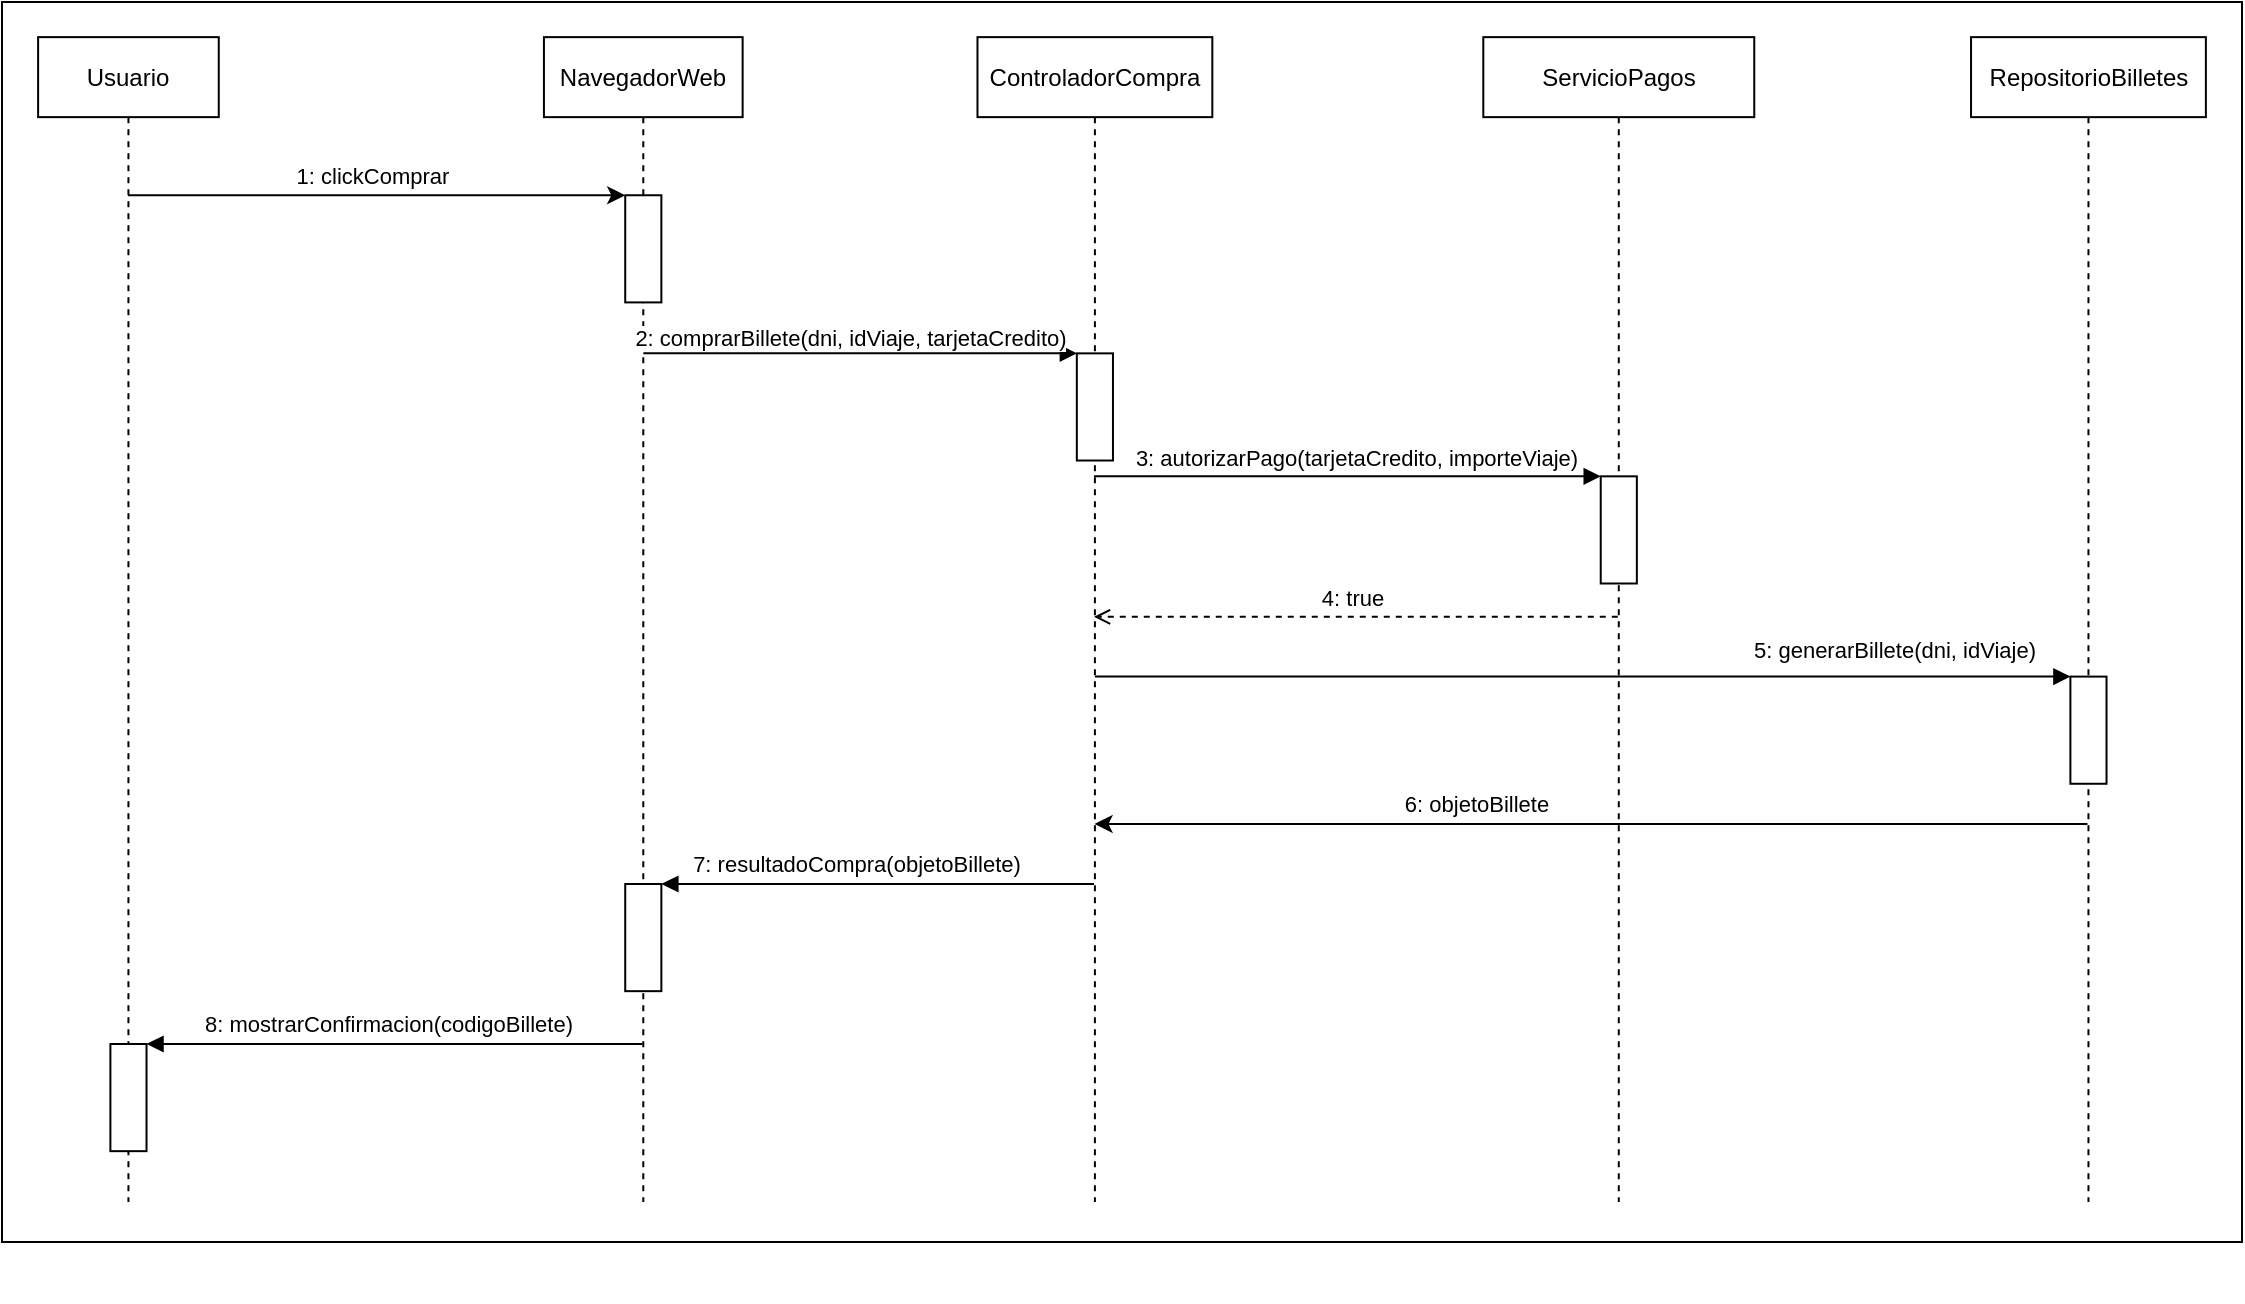
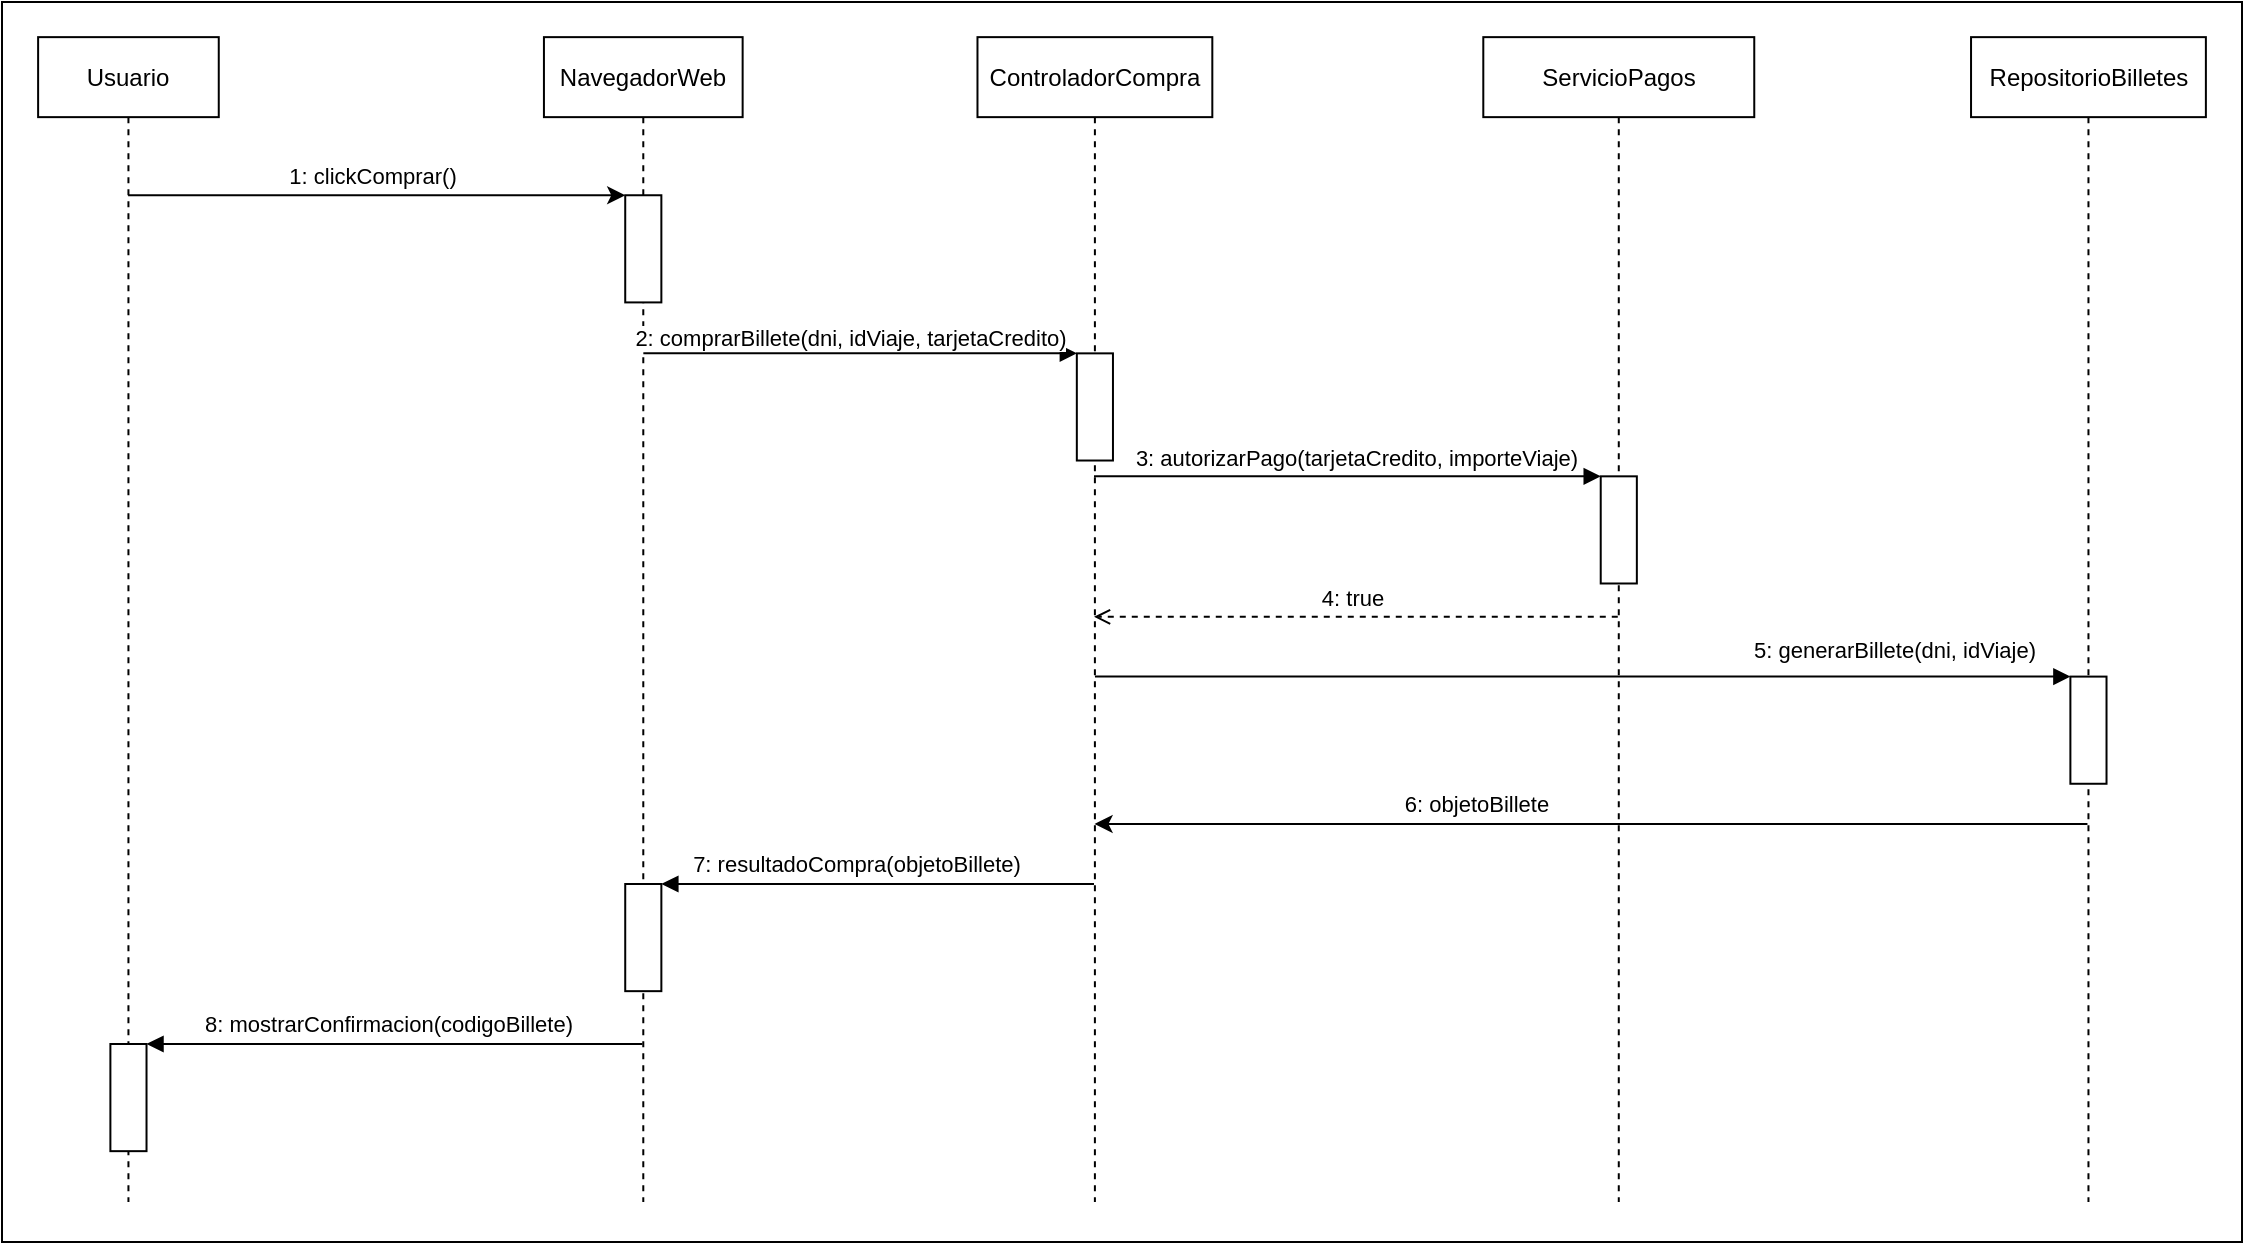
<mxfile host="65bd71144e">
    <diagram id="GxI1QUWFUbAurARy1tWG" name="Page-1">
-         <mxGraphModel dx="-38" dy="1124" grid="1" gridSize="10" guides="1" tooltips="1" connect="1" arrows="1" fold="1" page="1" pageScale="1" pageWidth="1169" pageHeight="827" math="0" shadow="0">
+         <mxGraphModel dx="-50" dy="926" grid="1" gridSize="10" guides="1" tooltips="1" connect="1" arrows="1" fold="1" page="1" pageScale="1" pageWidth="1169" pageHeight="827" math="0" shadow="0">
            <root>
                <mxCell id="0"/>
                <mxCell id="1" parent="0"/>
-                 <mxCell id="105" value="" style="group" vertex="1" connectable="0" parent="1">
-                     <mxGeometry x="1194" y="89" width="1120" height="650" as="geometry"/>
+                 <mxCell id="73" value="" style="html=1;whiteSpace=wrap;" parent="1" vertex="1">
+                     <mxGeometry x="1194" y="89" width="1120" height="620" as="geometry"/>
                </mxCell>
-                 <mxCell id="73" value="" style="html=1;whiteSpace=wrap;" vertex="1" parent="105">
-                     <mxGeometry width="1120" height="620" as="geometry"/>
+                 <mxCell id="74" value="Usuario" style="shape=umlLifeline;perimeter=lifelinePerimeter;whiteSpace=wrap;html=1;container=1;dropTarget=0;collapsible=0;recursiveResize=0;outlineConnect=0;portConstraint=eastwest;newEdgeStyle={&quot;curved&quot;:0,&quot;rounded&quot;:0};" parent="1" vertex="1">
+                     <mxGeometry x="1212.06" y="106.57" width="90.32" height="582.43" as="geometry"/>
                </mxCell>
-                 <mxCell id="74" value="Usuario" style="shape=umlLifeline;perimeter=lifelinePerimeter;whiteSpace=wrap;html=1;container=1;dropTarget=0;collapsible=0;recursiveResize=0;outlineConnect=0;portConstraint=eastwest;newEdgeStyle={&quot;curved&quot;:0,&quot;rounded&quot;:0};" vertex="1" parent="105">
-                     <mxGeometry x="18.06" y="17.57" width="90.32" height="582.43" as="geometry"/>
+                 <mxCell id="75" value="NavegadorWeb" style="shape=umlLifeline;perimeter=lifelinePerimeter;whiteSpace=wrap;html=1;container=1;dropTarget=0;collapsible=0;recursiveResize=0;outlineConnect=0;portConstraint=eastwest;newEdgeStyle={&quot;curved&quot;:0,&quot;rounded&quot;:0};" parent="1" vertex="1">
+                     <mxGeometry x="1464.97" y="106.57" width="99.35" height="582.43" as="geometry"/>
                </mxCell>
-                 <mxCell id="75" value="NavegadorWeb" style="shape=umlLifeline;perimeter=lifelinePerimeter;whiteSpace=wrap;html=1;container=1;dropTarget=0;collapsible=0;recursiveResize=0;outlineConnect=0;portConstraint=eastwest;newEdgeStyle={&quot;curved&quot;:0,&quot;rounded&quot;:0};" vertex="1" parent="105">
-                     <mxGeometry x="270.97" y="17.57" width="99.35" height="582.43" as="geometry"/>
-                 </mxCell>
-                 <mxCell id="80" value="" style="html=1;points=[[0,0,0,0,5],[0,1,0,0,-5],[1,0,0,0,5],[1,1,0,0,-5]];perimeter=orthogonalPerimeter;outlineConnect=0;targetShapes=umlLifeline;portConstraint=eastwest;newEdgeStyle={&quot;curved&quot;:0,&quot;rounded&quot;:0};" vertex="1" parent="75">
+                 <mxCell id="80" value="" style="html=1;points=[[0,0,0,0,5],[0,1,0,0,-5],[1,0,0,0,5],[1,1,0,0,-5]];perimeter=orthogonalPerimeter;outlineConnect=0;targetShapes=umlLifeline;portConstraint=eastwest;newEdgeStyle={&quot;curved&quot;:0,&quot;rounded&quot;:0};" parent="75" vertex="1">
                    <mxGeometry x="40.645161290322584" y="79.05405405405405" width="18.06451612903226" height="53.58108108108108" as="geometry"/>
                </mxCell>
-                 <mxCell id="76" value="ControladorCompra" style="shape=umlLifeline;perimeter=lifelinePerimeter;whiteSpace=wrap;html=1;container=1;dropTarget=0;collapsible=0;recursiveResize=0;outlineConnect=0;portConstraint=eastwest;newEdgeStyle={&quot;curved&quot;:0,&quot;rounded&quot;:0};" vertex="1" parent="105">
-                     <mxGeometry x="487.74" y="17.57" width="117.42" height="582.43" as="geometry"/>
+                 <mxCell id="76" value="ControladorCompra" style="shape=umlLifeline;perimeter=lifelinePerimeter;whiteSpace=wrap;html=1;container=1;dropTarget=0;collapsible=0;recursiveResize=0;outlineConnect=0;portConstraint=eastwest;newEdgeStyle={&quot;curved&quot;:0,&quot;rounded&quot;:0};" parent="1" vertex="1">
+                     <mxGeometry x="1681.74" y="106.57" width="117.42" height="582.43" as="geometry"/>
                </mxCell>
-                 <mxCell id="81" value="" style="html=1;points=[[0,0,0,0,5],[0,1,0,0,-5],[1,0,0,0,5],[1,1,0,0,-5]];perimeter=orthogonalPerimeter;outlineConnect=0;targetShapes=umlLifeline;portConstraint=eastwest;newEdgeStyle={&quot;curved&quot;:0,&quot;rounded&quot;:0};" vertex="1" parent="76">
+                 <mxCell id="81" value="" style="html=1;points=[[0,0,0,0,5],[0,1,0,0,-5],[1,0,0,0,5],[1,1,0,0,-5]];perimeter=orthogonalPerimeter;outlineConnect=0;targetShapes=umlLifeline;portConstraint=eastwest;newEdgeStyle={&quot;curved&quot;:0,&quot;rounded&quot;:0};" parent="76" vertex="1">
                    <mxGeometry x="49.67741935483871" y="158.1081081081081" width="18.064516129032256" height="53.58108108108108" as="geometry"/>
                </mxCell>
-                 <mxCell id="77" value="ServicioPagos" style="shape=umlLifeline;perimeter=lifelinePerimeter;whiteSpace=wrap;html=1;container=1;dropTarget=0;collapsible=0;recursiveResize=0;outlineConnect=0;portConstraint=eastwest;newEdgeStyle={&quot;curved&quot;:0,&quot;rounded&quot;:0};" vertex="1" parent="105">
-                     <mxGeometry x="740.65" y="17.57" width="135.48" height="582.43" as="geometry"/>
+                 <mxCell id="77" value="ServicioPagos" style="shape=umlLifeline;perimeter=lifelinePerimeter;whiteSpace=wrap;html=1;container=1;dropTarget=0;collapsible=0;recursiveResize=0;outlineConnect=0;portConstraint=eastwest;newEdgeStyle={&quot;curved&quot;:0,&quot;rounded&quot;:0};" parent="1" vertex="1">
+                     <mxGeometry x="1934.65" y="106.57" width="135.48" height="582.43" as="geometry"/>
                </mxCell>
-                 <mxCell id="87" value="" style="html=1;points=[[0,0,0,0,5],[0,1,0,0,-5],[1,0,0,0,5],[1,1,0,0,-5]];perimeter=orthogonalPerimeter;outlineConnect=0;targetShapes=umlLifeline;portConstraint=eastwest;newEdgeStyle={&quot;curved&quot;:0,&quot;rounded&quot;:0};" vertex="1" parent="77">
+                 <mxCell id="87" value="" style="html=1;points=[[0,0,0,0,5],[0,1,0,0,-5],[1,0,0,0,5],[1,1,0,0,-5]];perimeter=orthogonalPerimeter;outlineConnect=0;targetShapes=umlLifeline;portConstraint=eastwest;newEdgeStyle={&quot;curved&quot;:0,&quot;rounded&quot;:0};" parent="77" vertex="1">
                    <mxGeometry x="58.70967741935483" y="219.5945945945946" width="18.064516129032256" height="53.58108108108108" as="geometry"/>
                </mxCell>
-                 <mxCell id="79" value="RepositorioBilletes" style="shape=umlLifeline;perimeter=lifelinePerimeter;whiteSpace=wrap;html=1;container=1;dropTarget=0;collapsible=0;recursiveResize=0;outlineConnect=0;portConstraint=eastwest;newEdgeStyle={&quot;curved&quot;:0,&quot;rounded&quot;:0};" vertex="1" parent="105">
-                     <mxGeometry x="984.52" y="17.57" width="117.42" height="582.43" as="geometry"/>
+                 <mxCell id="79" value="RepositorioBilletes" style="shape=umlLifeline;perimeter=lifelinePerimeter;whiteSpace=wrap;html=1;container=1;dropTarget=0;collapsible=0;recursiveResize=0;outlineConnect=0;portConstraint=eastwest;newEdgeStyle={&quot;curved&quot;:0,&quot;rounded&quot;:0};" parent="1" vertex="1">
+                     <mxGeometry x="2178.52" y="106.57" width="117.42" height="582.43" as="geometry"/>
                </mxCell>
-                 <mxCell id="92" value="" style="html=1;points=[[0,0,0,0,5],[0,1,0,0,-5],[1,0,0,0,5],[1,1,0,0,-5]];perimeter=orthogonalPerimeter;outlineConnect=0;targetShapes=umlLifeline;portConstraint=eastwest;newEdgeStyle={&quot;curved&quot;:0,&quot;rounded&quot;:0};" vertex="1" parent="79">
+                 <mxCell id="92" value="" style="html=1;points=[[0,0,0,0,5],[0,1,0,0,-5],[1,0,0,0,5],[1,1,0,0,-5]];perimeter=orthogonalPerimeter;outlineConnect=0;targetShapes=umlLifeline;portConstraint=eastwest;newEdgeStyle={&quot;curved&quot;:0,&quot;rounded&quot;:0};" parent="79" vertex="1">
                    <mxGeometry x="49.67741935483871" y="319.72972972972974" width="18.064516129032256" height="53.58108108108108" as="geometry"/>
                </mxCell>
-                 <mxCell id="82" style="edgeStyle=none;html=1;curved=0;rounded=0;" edge="1" parent="105">
+                 <mxCell id="82" style="edgeStyle=none;html=1;curved=0;rounded=0;" parent="1" edge="1">
                    <mxGeometry relative="1" as="geometry">
-                         <mxPoint x="63.054505005561595" y="96.62162162162163" as="sourcePoint"/>
-                         <mxPoint x="311.61290322580646" y="96.62162162162163" as="targetPoint"/>
+                         <mxPoint x="1257.0545050055616" y="185.6216216216216" as="sourcePoint"/>
+                         <mxPoint x="1505.6129032258063" y="185.6216216216216" as="targetPoint"/>
                    </mxGeometry>
                </mxCell>
-                 <mxCell id="83" value="1: clickComprar" style="edgeLabel;html=1;align=center;verticalAlign=middle;resizable=0;points=[];" vertex="1" connectable="0" parent="82">
+                 <mxCell id="83" value="1: clickComprar()" style="edgeLabel;html=1;align=center;verticalAlign=middle;resizable=0;points=[];" parent="82" vertex="1" connectable="0">
                    <mxGeometry x="-0.017" relative="1" as="geometry">
                        <mxPoint y="-10" as="offset"/>
                    </mxGeometry>
                </mxCell>
-                 <mxCell id="84" style="edgeStyle=none;html=1;curved=0;rounded=0;endArrow=none;endFill=0;startArrow=block;startFill=1;" edge="1" parent="105" source="81">
+                 <mxCell id="84" style="edgeStyle=none;html=1;curved=0;rounded=0;endArrow=none;endFill=0;startArrow=block;startFill=1;" parent="1" source="81" edge="1">
                    <mxGeometry relative="1" as="geometry">
-                         <mxPoint x="438.06451612903226" y="175.67567567567568" as="sourcePoint"/>
-                         <mxPoint x="320.66666666666674" y="175.67567567567568" as="targetPoint"/>
+                         <mxPoint x="1632.0645161290322" y="264.6756756756757" as="sourcePoint"/>
+                         <mxPoint x="1514.6666666666667" y="264.6756756756757" as="targetPoint"/>
                    </mxGeometry>
                </mxCell>
-                 <mxCell id="86" value="2: comprarBillete(dni, idViaje, tarjetaCredito)" style="edgeLabel;html=1;align=center;verticalAlign=middle;resizable=0;points=[];" vertex="1" connectable="0" parent="84">
+                 <mxCell id="86" value="2: comprarBillete(dni, idViaje, tarjetaCredito)" style="edgeLabel;html=1;align=center;verticalAlign=middle;resizable=0;points=[];" parent="84" vertex="1" connectable="0">
                    <mxGeometry x="-0.0849" y="-1" relative="1" as="geometry">
                        <mxPoint x="-15" y="-7" as="offset"/>
                    </mxGeometry>
                </mxCell>
-                 <mxCell id="88" style="edgeStyle=none;html=1;curved=0;rounded=0;endArrow=none;endFill=0;startArrow=block;startFill=1;" edge="1" parent="105" source="87">
+                 <mxCell id="88" style="edgeStyle=none;html=1;curved=0;rounded=0;endArrow=none;endFill=0;startArrow=block;startFill=1;" parent="1" source="87" edge="1">
                    <mxGeometry relative="1" as="geometry">
-                         <mxPoint x="794.8387096774194" y="237.16216216216216" as="sourcePoint"/>
-                         <mxPoint x="546" y="237.16216216216216" as="targetPoint"/>
+                         <mxPoint x="1988.8387096774195" y="326.1621621621622" as="sourcePoint"/>
+                         <mxPoint x="1740" y="326.1621621621622" as="targetPoint"/>
                    </mxGeometry>
                </mxCell>
-                 <mxCell id="91" value="3: autorizarPago(tarjetaCredito, importeViaje)" style="edgeLabel;html=1;align=center;verticalAlign=middle;resizable=0;points=[];" vertex="1" connectable="0" parent="88">
+                 <mxCell id="91" value="3: autorizarPago(tarjetaCredito, importeViaje)" style="edgeLabel;html=1;align=center;verticalAlign=middle;resizable=0;points=[];" parent="88" vertex="1" connectable="0">
                    <mxGeometry x="-0.0862" y="1" relative="1" as="geometry">
                        <mxPoint x="-7" y="-10" as="offset"/>
                    </mxGeometry>
                </mxCell>
-                 <mxCell id="89" style="edgeStyle=none;html=1;curved=0;rounded=0;dashed=1;endArrow=open;endFill=0;" edge="1" parent="105" source="77">
+                 <mxCell id="89" style="edgeStyle=none;html=1;curved=0;rounded=0;dashed=1;endArrow=open;endFill=0;" parent="1" source="77" edge="1">
                    <mxGeometry relative="1" as="geometry">
-                         <mxPoint x="844.516129032258" y="307.43243243243245" as="sourcePoint"/>
-                         <mxPoint x="546" y="307.43243243243245" as="targetPoint"/>
+                         <mxPoint x="2038.516129032258" y="396.43243243243245" as="sourcePoint"/>
+                         <mxPoint x="1740" y="396.43243243243245" as="targetPoint"/>
                    </mxGeometry>
                </mxCell>
-                 <mxCell id="90" value="4: true" style="edgeLabel;html=1;align=center;verticalAlign=middle;resizable=0;points=[];" vertex="1" connectable="0" parent="89">
+                 <mxCell id="90" value="4: true" style="edgeLabel;html=1;align=center;verticalAlign=middle;resizable=0;points=[];" parent="89" vertex="1" connectable="0">
                    <mxGeometry x="0.0676" relative="1" as="geometry">
                        <mxPoint x="7" y="-10" as="offset"/>
                    </mxGeometry>
                </mxCell>
-                 <mxCell id="93" style="edgeStyle=none;html=1;curved=0;rounded=0;endArrow=none;endFill=0;startArrow=block;startFill=1;" edge="1" parent="105">
+                 <mxCell id="93" style="edgeStyle=none;html=1;curved=0;rounded=0;endArrow=none;endFill=0;startArrow=block;startFill=1;" parent="1" edge="1">
                    <mxGeometry relative="1" as="geometry">
-                         <mxPoint x="1034.1935483870968" y="337.2972972972973" as="sourcePoint"/>
-                         <mxPoint x="546.47311827957" y="337.2972972972973" as="targetPoint"/>
+                         <mxPoint x="2228.1935483870966" y="426.2972972972973" as="sourcePoint"/>
+                         <mxPoint x="1740.47311827957" y="426.2972972972973" as="targetPoint"/>
                        <Array as="points">
-                             <mxPoint x="1002.5806451612902" y="337.2972972972973"/>
+                             <mxPoint x="2196.5806451612902" y="426.2972972972973"/>
                        </Array>
                    </mxGeometry>
                </mxCell>
-                 <mxCell id="95" value="5: generarBillete(dni, idViaje)" style="edgeLabel;html=1;align=center;verticalAlign=middle;resizable=0;points=[];" vertex="1" connectable="0" parent="93">
+                 <mxCell id="95" value="5: generarBillete(dni, idViaje)" style="edgeLabel;html=1;align=center;verticalAlign=middle;resizable=0;points=[];" parent="93" vertex="1" connectable="0">
                    <mxGeometry x="0.026" relative="1" as="geometry">
                        <mxPoint x="162" y="-14" as="offset"/>
                    </mxGeometry>
                </mxCell>
-                 <mxCell id="94" style="edgeStyle=none;html=1;curved=0;rounded=0;" edge="1" parent="105">
+                 <mxCell id="94" style="edgeStyle=none;html=1;curved=0;rounded=0;" parent="1" edge="1">
                    <mxGeometry relative="1" as="geometry">
-                         <mxPoint x="1042.7258064516127" y="410.9954054054054" as="sourcePoint"/>
-                         <mxPoint x="546.2803114571744" y="410.9954054054054" as="targetPoint"/>
+                         <mxPoint x="2236.7258064516127" y="499.9954054054054" as="sourcePoint"/>
+                         <mxPoint x="1740.2803114571743" y="499.9954054054054" as="targetPoint"/>
                    </mxGeometry>
                </mxCell>
-                 <mxCell id="96" value="6: objetoBillete" style="edgeLabel;html=1;align=center;verticalAlign=middle;resizable=0;points=[];" vertex="1" connectable="0" parent="94">
+                 <mxCell id="96" value="6: objetoBillete" style="edgeLabel;html=1;align=center;verticalAlign=middle;resizable=0;points=[];" parent="94" vertex="1" connectable="0">
                    <mxGeometry x="0.0686" y="1" relative="1" as="geometry">
                        <mxPoint x="-40" y="-11" as="offset"/>
                    </mxGeometry>
                </mxCell>
-                 <mxCell id="99" style="edgeStyle=none;html=1;curved=0;rounded=0;startArrow=block;startFill=1;endArrow=none;endFill=0;" edge="1" parent="105">
+                 <mxCell id="99" style="edgeStyle=none;html=1;curved=0;rounded=0;startArrow=block;startFill=1;endArrow=none;endFill=0;" parent="1" edge="1">
                    <mxGeometry relative="1" as="geometry">
-                         <mxPoint x="329.6774193548387" y="440.9981081081081" as="sourcePoint"/>
-                         <mxPoint x="546" y="440.9981081081081" as="targetPoint"/>
+                         <mxPoint x="1523.6774193548388" y="529.9981081081081" as="sourcePoint"/>
+                         <mxPoint x="1740" y="529.9981081081081" as="targetPoint"/>
                    </mxGeometry>
                </mxCell>
-                 <mxCell id="100" value="7: resultadoCompra(objetoBillete)" style="edgeLabel;html=1;align=center;verticalAlign=middle;resizable=0;points=[];" vertex="1" connectable="0" parent="99">
+                 <mxCell id="100" value="7: resultadoCompra(objetoBillete)" style="edgeLabel;html=1;align=center;verticalAlign=middle;resizable=0;points=[];" parent="99" vertex="1" connectable="0">
                    <mxGeometry x="-0.0981" relative="1" as="geometry">
                        <mxPoint y="-10" as="offset"/>
                    </mxGeometry>
                </mxCell>
-                 <mxCell id="102" style="edgeStyle=none;html=1;curved=0;rounded=0;startArrow=block;startFill=1;endArrow=none;endFill=0;" edge="1" parent="105">
+                 <mxCell id="102" style="edgeStyle=none;html=1;curved=0;rounded=0;startArrow=block;startFill=1;endArrow=none;endFill=0;" parent="1" edge="1">
                    <mxGeometry relative="1" as="geometry">
-                         <mxPoint x="72.25806451612902" y="521.0021621621622" as="sourcePoint"/>
-                         <mxPoint x="320.19354838709677" y="521.0021621621622" as="targetPoint"/>
+                         <mxPoint x="1266.258064516129" y="610.0021621621622" as="sourcePoint"/>
+                         <mxPoint x="1514.1935483870968" y="610.0021621621622" as="targetPoint"/>
                    </mxGeometry>
                </mxCell>
-                 <mxCell id="103" value="8: mostrarConfirmacion(codigoBillete)" style="edgeLabel;html=1;align=center;verticalAlign=middle;resizable=0;points=[];" vertex="1" connectable="0" parent="102">
+                 <mxCell id="103" value="8: mostrarConfirmacion(codigoBillete)" style="edgeLabel;html=1;align=center;verticalAlign=middle;resizable=0;points=[];" parent="102" vertex="1" connectable="0">
                    <mxGeometry x="-0.0296" relative="1" as="geometry">
                        <mxPoint y="-10" as="offset"/>
                    </mxGeometry>
                </mxCell>
-                 <mxCell id="98" value="" style="html=1;points=[[0,0,0,0,5],[0,1,0,0,-5],[1,0,0,0,5],[1,1,0,0,-5]];perimeter=orthogonalPerimeter;outlineConnect=0;targetShapes=umlLifeline;portConstraint=eastwest;newEdgeStyle={&quot;curved&quot;:0,&quot;rounded&quot;:0};" vertex="1" parent="105">
-                     <mxGeometry x="311.61290322580646" y="440.9981081081081" width="18.06451612903226" height="53.58108108108108" as="geometry"/>
+                 <mxCell id="98" value="" style="html=1;points=[[0,0,0,0,5],[0,1,0,0,-5],[1,0,0,0,5],[1,1,0,0,-5]];perimeter=orthogonalPerimeter;outlineConnect=0;targetShapes=umlLifeline;portConstraint=eastwest;newEdgeStyle={&quot;curved&quot;:0,&quot;rounded&quot;:0};" parent="1" vertex="1">
+                     <mxGeometry x="1505.6129032258063" y="529.9981081081081" width="18.06451612903226" height="53.58108108108108" as="geometry"/>
                </mxCell>
-                 <mxCell id="101" value="" style="html=1;points=[[0,0,0,0,5],[0,1,0,0,-5],[1,0,0,0,5],[1,1,0,0,-5]];perimeter=orthogonalPerimeter;outlineConnect=0;targetShapes=umlLifeline;portConstraint=eastwest;newEdgeStyle={&quot;curved&quot;:0,&quot;rounded&quot;:0};" vertex="1" parent="105">
-                     <mxGeometry x="54.19354838709671" y="521.0021621621622" width="18.064516129032256" height="53.58108108108108" as="geometry"/>
+                 <mxCell id="101" value="" style="html=1;points=[[0,0,0,0,5],[0,1,0,0,-5],[1,0,0,0,5],[1,1,0,0,-5]];perimeter=orthogonalPerimeter;outlineConnect=0;targetShapes=umlLifeline;portConstraint=eastwest;newEdgeStyle={&quot;curved&quot;:0,&quot;rounded&quot;:0};" parent="1" vertex="1">
+                     <mxGeometry x="1248.1935483870966" y="610.0021621621622" width="18.064516129032256" height="53.58108108108108" as="geometry"/>
                </mxCell>
            </root>
        </mxGraphModel>
    </diagram>
</mxfile>